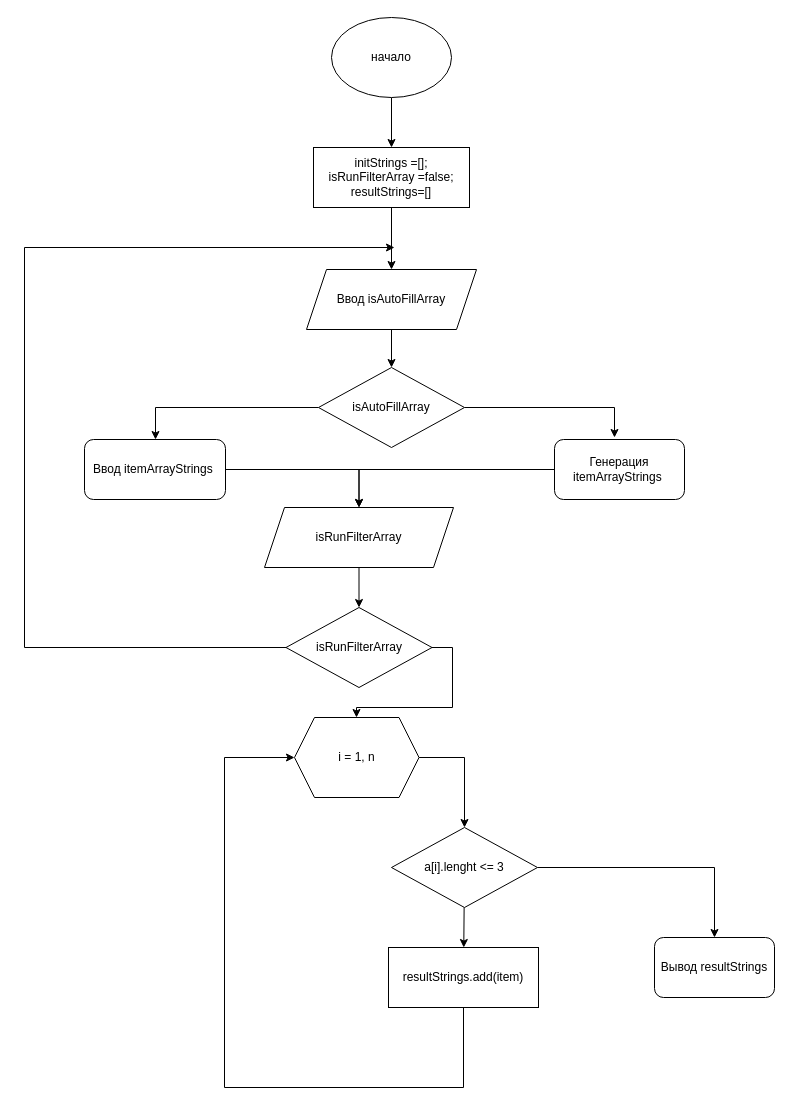
This is schema.drawio from KarinaStar89/ChoiceSpecializationTask, a draw.io file, before an edit. Source tidied: cells renumbered, new cells numbered last; positions are measured from the earlier drawing's top-left corner, leaving out a move shared by most shapes. Both pictures are drawn from the tidied source at 100%, with x=0, y=0 at pixel (24, 17).
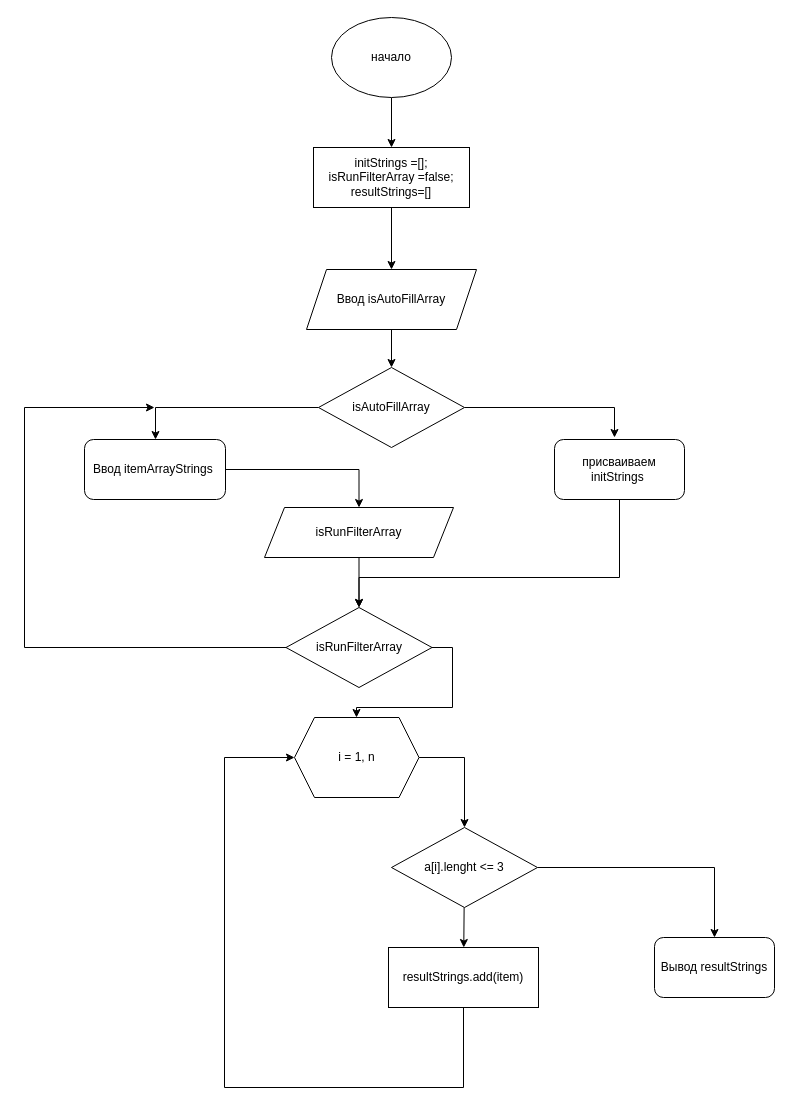
Above is the later version.

Commit message (it also covers changes not shown here):
Draft program

The change refers to these unchanged cells:
```xml
<mxCell id="19" value="isRunFilterArray" style="rhombus;whiteSpace=wrap;html=1;" parent="1" vertex="1">
  <mxGeometry x="261.5" y="590" width="146" height="80" as="geometry" />
</mxCell>
```

Diff of the diagram source:
```diff
@@
-    <mxCell id="13" style="edgeStyle=orthogonalEdgeStyle;rounded=0;jettySize=auto;html=1;" parent="1" edge="1" source="14" target="16">
-      <mxGeometry relative="1" as="geometry" />
+    <mxCell id="13" style="edgeStyle=orthogonalEdgeStyle;rounded=0;jettySize=auto;html=1;entryX=0.5;entryY=0;entryDx=0;entryDy=0;" parent="1" edge="1" source="14" target="19">
+      <mxGeometry relative="1" as="geometry">
+        <Array as="points">
+          <mxPoint x="595" y="560" />
+          <mxPoint x="335" y="560" />
+        </Array>
+      </mxGeometry>
     </mxCell>
-    <mxCell id="14" value="Генерация itemArrayStrings&amp;nbsp;" style="rounded=1;whiteSpace=wrap;html=1;" parent="1" vertex="1">
+    <mxCell id="14" value="присваиваем initStrings&amp;nbsp;" style="rounded=1;whiteSpace=wrap;html=1;" parent="1" vertex="1">
       <mxGeometry x="530" y="422" width="130" height="60" as="geometry" />
     </mxCell>
@@
     <mxCell id="16" value="isRunFilterArray" style="shape=parallelogram;perimeter=parallelogramPerimeter;whiteSpace=wrap;html=1;fixedSize=1;" parent="1" vertex="1">
-      <mxGeometry x="240" y="490" width="189" height="60" as="geometry" />
+      <mxGeometry x="240" y="490" width="189" height="50" as="geometry" />
     </mxCell>
@@
     <mxCell id="18" style="rounded=0;jettySize=auto;html=1;" parent="1" edge="1" source="19">
       <mxGeometry relative="1" as="geometry">
-        <mxPoint x="370" y="230" as="targetPoint" />
+        <mxPoint x="130" y="390" as="targetPoint" />
         <Array as="points">
           <mxPoint y="630" />
-          <mxPoint y="230" />
+          <mxPoint y="390" />
         </Array>
       </mxGeometry>
     </mxCell>
```
